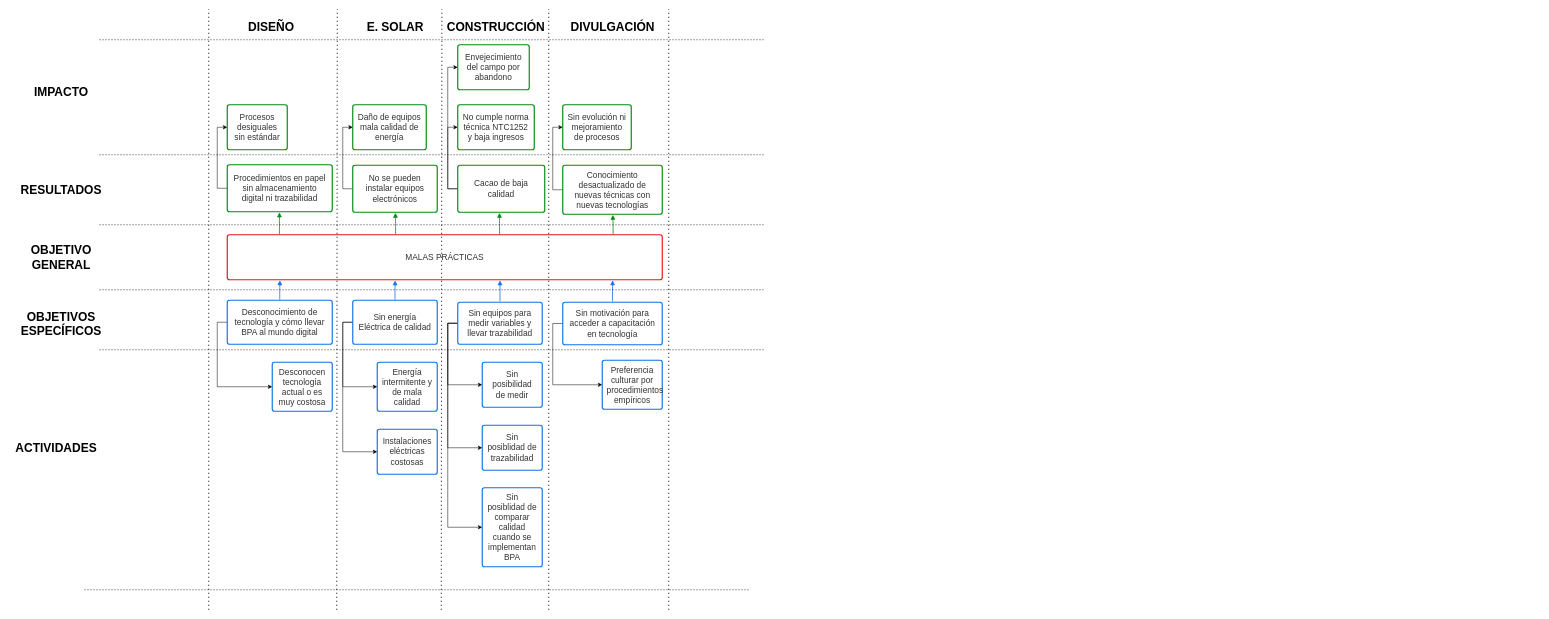
The draw.io diagram page "Arbol de problemas" (1 of 2) of Diagrama sin título.drawio in LeonDV/documentacion, before the edit. Source tidied: cells renumbered, new cells numbered last; positions are measured from the earlier drawing's top-left corner, leaving out a move shared by most shapes. Both pictures are drawn from the tidied source at 50%, with x=0, y=0 at pixel (8, 9).
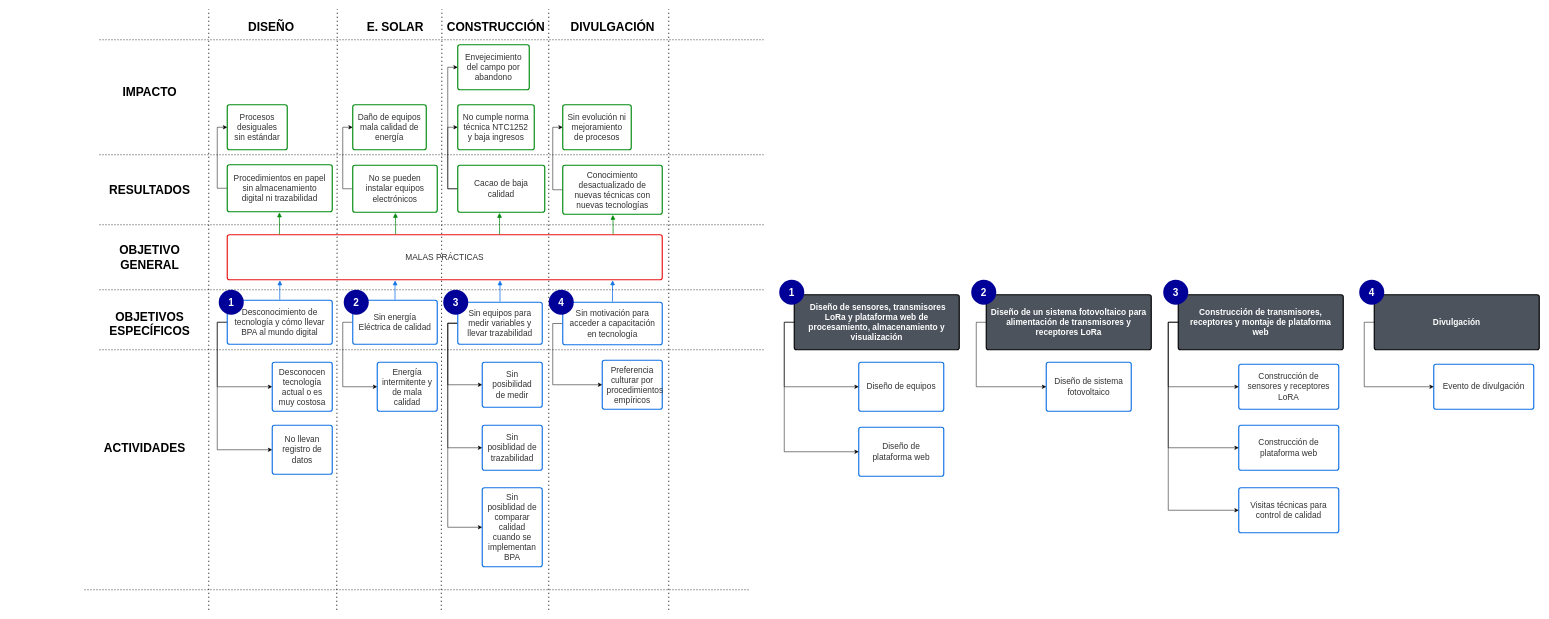
After the change.

The change refers to these unchanged cells:
```xml
<mxCell id="3" value="Desconocimiento de tecnología y cómo llevar BPA al mundo digital" style="html=1;overflow=block;blockSpacing=1;whiteSpace=wrap;fontSize=16.7;fontColor=#333333;align=center;spacing=9;strokeColor=#1071e5;strokeOpacity=100;rounded=1;absoluteArcSize=1;arcSize=9;strokeWidth=2.3;" parent="1" vertex="1">
  <mxGeometry x="437" y="582" width="210" height="88" as="geometry" />
</mxCell>
<mxCell id="7" value="Sin energía Eléctrica de calidad" style="html=1;overflow=block;blockSpacing=1;whiteSpace=wrap;fontSize=16.7;fontColor=#333333;align=center;spacing=9;strokeColor=#1071e5;strokeOpacity=100;rounded=1;absoluteArcSize=1;arcSize=9;strokeWidth=2.3;" parent="1" vertex="1">
  <mxGeometry x="688" y="582" width="169" height="88" as="geometry" />
</mxCell>
```

What changed in the source:
```diff
@@
+    <mxCell id="63" style="edgeStyle=orthogonalEdgeStyle;rounded=0;jettySize=auto;html=1;exitX=0;exitY=0.5;exitDx=0;exitDy=0;entryX=0;entryY=0.5;entryDx=0;entryDy=0;fontSize=20;fontColor=#FFFFFF;" parent="1" edge="1" source="3" target="80">
+      <mxGeometry relative="1" as="geometry" />
+    </mxCell>
@@
-    <mxCell id="6" style="edgeStyle=orthogonalEdgeStyle;rounded=0;jettySize=auto;html=1;exitX=0;exitY=0.5;exitDx=0;exitDy=0;entryX=0;entryY=0.5;entryDx=0;entryDy=0;" parent="1" edge="1" source="7" target="17">
-      <mxGeometry relative="1" as="geometry" />
-    </mxCell>
@@
-    <mxCell id="17" value="Instalaciones eléctricas costosas" style="html=1;overflow=block;blockSpacing=1;whiteSpace=wrap;fontSize=16.7;fontColor=#333333;align=center;spacing=9;strokeColor=#1071e5;strokeOpacity=100;rounded=1;absoluteArcSize=1;arcSize=9;strokeWidth=2.3;" parent="1" vertex="1">
-      <mxGeometry x="737" y="840" width="120" height="90" as="geometry" />
-    </mxCell>
@@
     <mxCell id="48" value="&lt;font style=&quot;font-size: 24px;&quot;&gt;&lt;b&gt;OBJETIVOS ESPECÍFICOS&lt;/b&gt;&lt;/font&gt;" style="text;html=1;strokeColor=none;fillColor=none;align=center;verticalAlign=middle;whiteSpace=wrap;rounded=0;labelBackgroundColor=#ffffff;" parent="1" vertex="1">
-      <mxGeometry x="20" y="598.5" width="170" height="60" as="geometry" />
+      <mxGeometry x="197" y="598.5" width="170" height="60" as="geometry" />
     </mxCell>
@@
     <mxCell id="58" value="&lt;font style=&quot;font-size: 24px;&quot;&gt;&lt;b&gt;OBJETIVO GENERAL&lt;/b&gt;&lt;/font&gt;" style="text;html=1;strokeColor=none;fillColor=none;align=center;verticalAlign=middle;whiteSpace=wrap;rounded=0;labelBackgroundColor=#ffffff;" parent="1" vertex="1">
-      <mxGeometry x="25" y="461" width="160" height="70" as="geometry" />
+      <mxGeometry x="202" y="461" width="160" height="70" as="geometry" />
     </mxCell>
     <mxCell id="59" value="&lt;font style=&quot;font-size: 24px;&quot;&gt;&lt;b&gt;ACTIVIDADES&lt;/b&gt;&lt;/font&gt;" style="text;html=1;strokeColor=none;fillColor=none;align=center;verticalAlign=middle;whiteSpace=wrap;rounded=0;labelBackgroundColor=#ffffff;" parent="1" vertex="1">
-      <mxGeometry y="862" width="190" height="30" as="geometry" />
+      <mxGeometry x="177" y="862" width="190" height="30" as="geometry" />
     </mxCell>
     <mxCell id="60" value="&lt;span style=&quot;font-size: 24px;&quot;&gt;&lt;b&gt;RESULTADOS&lt;/b&gt;&lt;/span&gt;" style="text;html=1;strokeColor=none;fillColor=none;align=center;verticalAlign=middle;whiteSpace=wrap;rounded=0;labelBackgroundColor=#ffffff;" parent="1" vertex="1">
-      <mxGeometry x="10" y="346" width="190" height="30" as="geometry" />
+      <mxGeometry x="187" y="346" width="190" height="30" as="geometry" />
     </mxCell>
     <mxCell id="61" value="&lt;span style=&quot;font-size: 24px;&quot;&gt;&lt;b&gt;IMPACTO&lt;/b&gt;&lt;/span&gt;" style="text;html=1;strokeColor=none;fillColor=none;align=center;verticalAlign=middle;whiteSpace=wrap;rounded=0;labelBackgroundColor=#ffffff;" parent="1" vertex="1">
-      <mxGeometry x="10" y="151" width="190" height="30" as="geometry" />
+      <mxGeometry x="187" y="151" width="190" height="30" as="geometry" />
     </mxCell>
@@
+    <mxCell id="64" value="&lt;b style=&quot;font-size: 20px;&quot;&gt;&lt;font style=&quot;font-size: 20px;&quot;&gt;1&lt;/font&gt;&lt;/b&gt;" style="ellipse;whiteSpace=wrap;html=1;labelBackgroundColor=none;fontSize=20;fillColor=#000099;strokeColor=none;fontColor=#FFFFFF;" parent="1" vertex="1">
+      <mxGeometry x="420" y="561" width="50" height="50" as="geometry" />
+    </mxCell>
+    <mxCell id="65" value="&lt;b style=&quot;font-size: 20px;&quot;&gt;&lt;font style=&quot;font-size: 20px;&quot;&gt;2&lt;/font&gt;&lt;/b&gt;" style="ellipse;whiteSpace=wrap;html=1;labelBackgroundColor=none;fontSize=20;fillColor=#000099;strokeColor=none;fontColor=#FFFFFF;" parent="1" vertex="1">
+      <mxGeometry x="670" y="561" width="50" height="50" as="geometry" />
+    </mxCell>
+    <mxCell id="66" value="&lt;b style=&quot;font-size: 20px;&quot;&gt;&lt;font style=&quot;font-size: 20px;&quot;&gt;3&lt;/font&gt;&lt;/b&gt;" style="ellipse;whiteSpace=wrap;html=1;labelBackgroundColor=none;fontSize=20;fillColor=#000099;strokeColor=none;fontColor=#FFFFFF;" parent="1" vertex="1">
+      <mxGeometry x="869" y="561" width="50" height="50" as="geometry" />
+    </mxCell>
+    <mxCell id="67" value="&lt;b style=&quot;font-size: 20px;&quot;&gt;&lt;font style=&quot;font-size: 20px;&quot;&gt;4&lt;/font&gt;&lt;/b&gt;" style="ellipse;whiteSpace=wrap;html=1;labelBackgroundColor=none;fontSize=20;fillColor=#000099;strokeColor=none;fontColor=#FFFFFF;" parent="1" vertex="1">
+      <mxGeometry x="1080" y="561" width="50" height="50" as="geometry" />
+    </mxCell>
+    <mxCell id="68" style="group;" parent="1" vertex="1">
+      <mxGeometry x="1541" y="541" width="360" height="140" as="geometry" />
+    </mxCell>
+    <mxCell id="69" value="&amp;nbsp;Diseño de sensores, transmisores LoRa y plataforma web de procesamiento, almacenamiento y visualización" style="html=1;overflow=block;blockSpacing=1;whiteSpace=wrap;fontSize=16.7;fontColor=#ffffff;fontStyle=1;align=center;spacing=9;strokeOpacity=100;fillOpacity=100;rounded=1;absoluteArcSize=1;arcSize=9;fillColor=#4c535d;strokeWidth=2.3;" parent="68" vertex="1">
+      <mxGeometry x="30" y="30" width="330" height="110" as="geometry" />
+    </mxCell>
+    <mxCell id="70" value="&lt;b style=&quot;font-size: 20px;&quot;&gt;&lt;font style=&quot;font-size: 20px;&quot;&gt;1&lt;/font&gt;&lt;/b&gt;" style="ellipse;whiteSpace=wrap;html=1;labelBackgroundColor=none;fontSize=20;fillColor=#000099;strokeColor=none;fontColor=#FFFFFF;" parent="68" vertex="1">
+      <mxGeometry width="50" height="50" as="geometry" />
+    </mxCell>
+    <mxCell id="71" style="group;" parent="1" vertex="1">
+      <mxGeometry x="1925" y="541" width="360" height="140" as="geometry" />
+    </mxCell>
+    <mxCell id="72" value="Diseño de un sistema fotovoltaico para alimentación de transmisores y receptores LoRa" style="html=1;overflow=block;blockSpacing=1;whiteSpace=wrap;fontSize=16.7;fontColor=#ffffff;fontStyle=1;align=center;spacing=9;strokeOpacity=100;fillOpacity=100;rounded=1;absoluteArcSize=1;arcSize=9;fillColor=#4c535d;strokeWidth=2.3;" parent="71" vertex="1">
+      <mxGeometry x="30" y="30" width="330" height="110" as="geometry" />
+    </mxCell>
+    <mxCell id="73" value="&lt;b style=&quot;font-size: 20px;&quot;&gt;&lt;font style=&quot;font-size: 20px;&quot;&gt;2&lt;/font&gt;&lt;/b&gt;" style="ellipse;whiteSpace=wrap;html=1;labelBackgroundColor=none;fontSize=20;fillColor=#000099;strokeColor=none;fontColor=#FFFFFF;" parent="71" vertex="1">
+      <mxGeometry width="50" height="50" as="geometry" />
+    </mxCell>
+    <mxCell id="74" style="group;" parent="1" vertex="1">
+      <mxGeometry x="2450" y="541" width="360" height="140" as="geometry" />
+    </mxCell>
+    <mxCell id="75" value="Construcción de transmisores, receptores y montaje de plataforma web" style="html=1;overflow=block;blockSpacing=1;whiteSpace=wrap;fontSize=16.7;fontColor=#ffffff;fontStyle=1;align=center;spacing=9;strokeOpacity=100;fillOpacity=100;rounded=1;absoluteArcSize=1;arcSize=9;fillColor=#4c535d;strokeWidth=2.3;" parent="74" vertex="1">
+      <mxGeometry x="-111" y="30" width="330" height="110" as="geometry" />
+    </mxCell>
+    <mxCell id="76" value="&lt;b style=&quot;font-size: 20px;&quot;&gt;&lt;font style=&quot;font-size: 20px;&quot;&gt;3&lt;/font&gt;&lt;/b&gt;" style="ellipse;whiteSpace=wrap;html=1;labelBackgroundColor=none;fontSize=20;fillColor=#000099;strokeColor=none;fontColor=#FFFFFF;" parent="74" vertex="1">
+      <mxGeometry x="-141" width="50" height="50" as="geometry" />
+    </mxCell>
+    <mxCell id="77" style="group;" parent="1" vertex="1">
+      <mxGeometry x="2701" y="541" width="360" height="140" as="geometry" />
+    </mxCell>
+    <mxCell id="78" value="Divulgación" style="html=1;overflow=block;blockSpacing=1;whiteSpace=wrap;fontSize=16.7;fontColor=#ffffff;fontStyle=1;align=center;spacing=9;strokeOpacity=100;fillOpacity=100;rounded=1;absoluteArcSize=1;arcSize=9;fillColor=#4c535d;strokeWidth=2.3;" parent="77" vertex="1">
+      <mxGeometry x="30" y="30" width="330" height="110" as="geometry" />
+    </mxCell>
+    <mxCell id="79" value="&lt;b style=&quot;font-size: 20px;&quot;&gt;&lt;font style=&quot;font-size: 20px;&quot;&gt;4&lt;/font&gt;&lt;/b&gt;" style="ellipse;whiteSpace=wrap;html=1;labelBackgroundColor=none;fontSize=20;fillColor=#000099;strokeColor=none;fontColor=#FFFFFF;" parent="77" vertex="1">
+      <mxGeometry width="50" height="50" as="geometry" />
+    </mxCell>
+    <mxCell id="80" value="No llevan registro de datos" style="html=1;overflow=block;blockSpacing=1;whiteSpace=wrap;fontSize=16.7;fontColor=#333333;align=center;spacing=9;strokeColor=#1071e5;strokeOpacity=100;rounded=1;absoluteArcSize=1;arcSize=9;strokeWidth=2.3;" parent="1" vertex="1">
+      <mxGeometry x="527" y="832" width="120" height="98" as="geometry" />
+    </mxCell>
+    <mxCell id="81" value="Diseño de equipos" style="html=1;overflow=block;blockSpacing=1;whiteSpace=wrap;fontSize=16.7;fontColor=#333333;align=center;spacing=9;strokeColor=#1071e5;strokeOpacity=100;rounded=1;absoluteArcSize=1;arcSize=9;strokeWidth=2.3;" parent="1" vertex="1">
+      <mxGeometry x="1700" y="706" width="170" height="98" as="geometry" />
+    </mxCell>
+    <mxCell id="82" value="Diseño de plataforma web" style="html=1;overflow=block;blockSpacing=1;whiteSpace=wrap;fontSize=16.7;fontColor=#333333;align=center;spacing=9;strokeColor=#1071e5;strokeOpacity=100;rounded=1;absoluteArcSize=1;arcSize=9;strokeWidth=2.3;" parent="1" vertex="1">
+      <mxGeometry x="1700" y="836" width="170" height="98" as="geometry" />
+    </mxCell>
+    <mxCell id="83" style="edgeStyle=orthogonalEdgeStyle;rounded=0;jettySize=auto;html=1;exitX=0;exitY=0.5;exitDx=0;exitDy=0;entryX=0;entryY=0.5;entryDx=0;entryDy=0;fontSize=20;fontColor=#FFFFFF;" parent="1" edge="1" source="69" target="81">
+      <mxGeometry relative="1" as="geometry" />
+    </mxCell>
+    <mxCell id="84" style="edgeStyle=orthogonalEdgeStyle;rounded=0;jettySize=auto;html=1;exitX=0;exitY=0.5;exitDx=0;exitDy=0;entryX=0;entryY=0.5;entryDx=0;entryDy=0;fontSize=20;fontColor=#FFFFFF;" parent="1" edge="1" source="69" target="82">
+      <mxGeometry relative="1" as="geometry" />
+    </mxCell>
+    <mxCell id="85" value="Diseño de sistema fotovoltaico" style="html=1;overflow=block;blockSpacing=1;whiteSpace=wrap;fontSize=16.7;fontColor=#333333;align=center;spacing=9;strokeColor=#1071e5;strokeOpacity=100;rounded=1;absoluteArcSize=1;arcSize=9;strokeWidth=2.3;" parent="1" vertex="1">
+      <mxGeometry x="2075" y="706" width="170" height="98" as="geometry" />
+    </mxCell>
+    <mxCell id="86" style="edgeStyle=orthogonalEdgeStyle;rounded=0;jettySize=auto;html=1;exitX=0;exitY=0.5;exitDx=0;exitDy=0;entryX=0;entryY=0.5;entryDx=0;entryDy=0;fontSize=20;fontColor=#FFFFFF;" parent="1" edge="1" source="72" target="85">
+      <mxGeometry relative="1" as="geometry" />
+    </mxCell>
+    <mxCell id="87" value="Construcción de sensores y receptores LoRA" style="html=1;overflow=block;blockSpacing=1;whiteSpace=wrap;fontSize=16.7;fontColor=#333333;align=center;spacing=9;strokeColor=#1071e5;strokeOpacity=100;rounded=1;absoluteArcSize=1;arcSize=9;strokeWidth=2.3;" parent="1" vertex="1">
+      <mxGeometry x="2460" y="710" width="200" height="90" as="geometry" />
+    </mxCell>
+    <mxCell id="88" value="Construcción de plataforma web" style="html=1;overflow=block;blockSpacing=1;whiteSpace=wrap;fontSize=16.7;fontColor=#333333;align=center;spacing=9;strokeColor=#1071e5;strokeOpacity=100;rounded=1;absoluteArcSize=1;arcSize=9;strokeWidth=2.3;" parent="1" vertex="1">
+      <mxGeometry x="2460" y="832" width="200" height="90" as="geometry" />
+    </mxCell>
+    <mxCell id="89" value="Visitas técnicas para control de calidad" style="html=1;overflow=block;blockSpacing=1;whiteSpace=wrap;fontSize=16.7;fontColor=#333333;align=center;spacing=9;strokeColor=#1071e5;strokeOpacity=100;rounded=1;absoluteArcSize=1;arcSize=9;strokeWidth=2.3;" parent="1" vertex="1">
+      <mxGeometry x="2460" y="957" width="200" height="90" as="geometry" />
+    </mxCell>
+    <mxCell id="90" style="edgeStyle=orthogonalEdgeStyle;rounded=0;jettySize=auto;html=1;exitX=0;exitY=0.5;exitDx=0;exitDy=0;entryX=0;entryY=0.5;entryDx=0;entryDy=0;fontSize=20;fontColor=#FFFFFF;" parent="1" edge="1" source="75" target="87">
+      <mxGeometry relative="1" as="geometry" />
+    </mxCell>
+    <mxCell id="91" style="edgeStyle=orthogonalEdgeStyle;rounded=0;jettySize=auto;html=1;exitX=0;exitY=0.5;exitDx=0;exitDy=0;entryX=0;entryY=0.5;entryDx=0;entryDy=0;fontSize=20;fontColor=#FFFFFF;" parent="1" edge="1" source="75" target="88">
+      <mxGeometry relative="1" as="geometry" />
+    </mxCell>
+    <mxCell id="92" style="edgeStyle=orthogonalEdgeStyle;rounded=0;jettySize=auto;html=1;exitX=0;exitY=0.5;exitDx=0;exitDy=0;entryX=0;entryY=0.5;entryDx=0;entryDy=0;fontSize=20;fontColor=#FFFFFF;" parent="1" edge="1" source="75" target="89">
+      <mxGeometry relative="1" as="geometry" />
+    </mxCell>
+    <mxCell id="93" value="Evento de divulgación" style="html=1;overflow=block;blockSpacing=1;whiteSpace=wrap;fontSize=16.7;fontColor=#333333;align=center;spacing=9;strokeColor=#1071e5;strokeOpacity=100;rounded=1;absoluteArcSize=1;arcSize=9;strokeWidth=2.3;" parent="1" vertex="1">
+      <mxGeometry x="2850" y="710" width="200" height="90" as="geometry" />
+    </mxCell>
+    <mxCell id="94" style="edgeStyle=orthogonalEdgeStyle;rounded=0;jettySize=auto;html=1;exitX=0;exitY=0.5;exitDx=0;exitDy=0;entryX=0;entryY=0.5;entryDx=0;entryDy=0;fontSize=20;fontColor=#FFFFFF;" parent="1" edge="1" source="78" target="93">
+      <mxGeometry relative="1" as="geometry" />
+    </mxCell>
```
